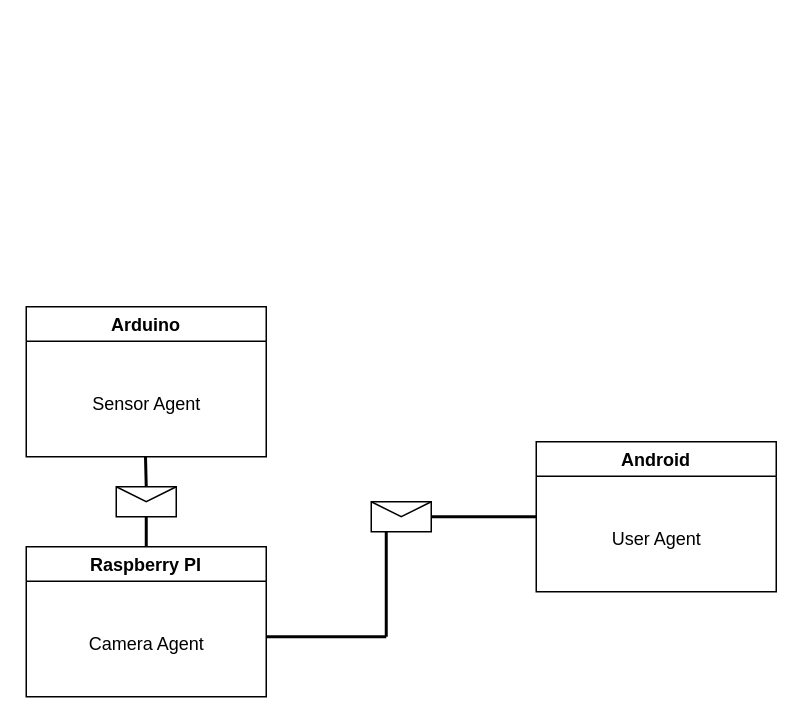
The draw.io diagram Actor_Model.drawio in bmarrao/TPSE, before the edit. Source tidied: cells renumbered, new cells numbered last; positions are measured from the earlier drawing's top-left corner, leaving out a move shared by most shapes. Both pictures are drawn from the tidied source at 150%, with x=0, y=0 at pixel (26, 36).
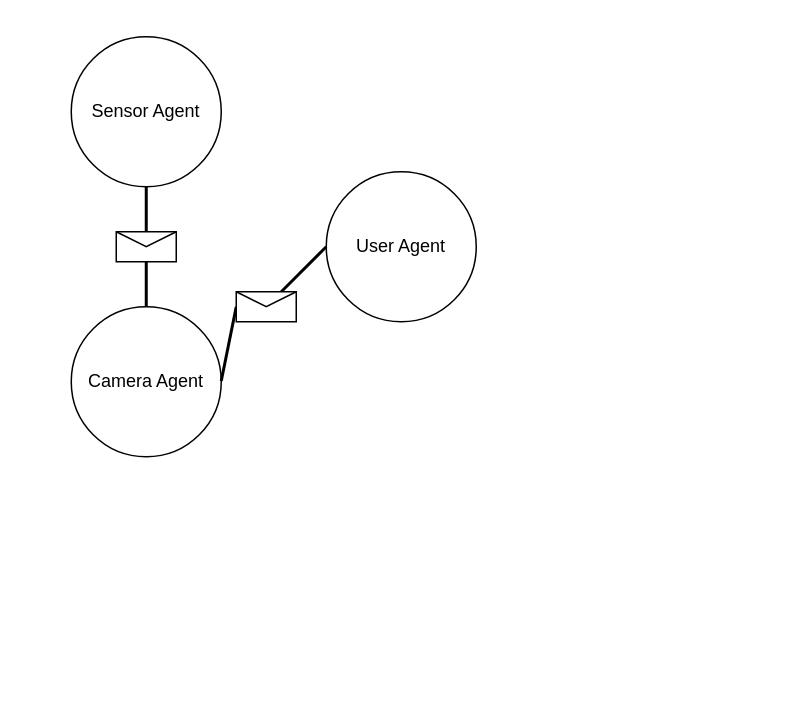
The same page after the edit.

Commit message:
Changed arrows and agent format

What changed in the source:
```diff
@@
-    <mxCell id="2" value="Arduino" style="swimlane;" parent="1" vertex="1">
-      <mxGeometry y="180" width="160" height="100" as="geometry" />
-    </mxCell>
+    <mxCell id="8" style="edgeStyle=orthogonalEdgeStyle;rounded=0;orthogonalLoop=1;jettySize=auto;html=1;exitX=0.5;exitY=0;exitDx=0;exitDy=0;entryX=0.5;entryY=0;entryDx=0;entryDy=0;" parent="1" edge="1">
+      <mxGeometry relative="1" as="geometry">
+        <mxPoint x="362" as="sourcePoint" />
+        <mxPoint x="362" as="targetPoint" />
+      </mxGeometry>
+    </mxCell>
+    <mxCell id="7" value="User Agent" style="ellipse;whiteSpace=wrap;html=1;" parent="1" vertex="1">
+      <mxGeometry x="200" y="90" width="100" height="100" as="geometry" />
+    </mxCell>
+    <mxCell id="5" value="Camera Agent" style="ellipse;whiteSpace=wrap;html=1;" parent="1" vertex="1">
+      <mxGeometry x="30" y="180" width="100" height="100" as="geometry" />
+    </mxCell>
-    <mxCell id="3" value="Sensor Agent" style="text;html=1;align=center;verticalAlign=middle;points=[];strokeColor=none;fillColor=none;" parent="2" vertex="1">
-      <mxGeometry x="30" y="50" width="100" height="30" as="geometry" />
+    <mxCell id="3" value="Sensor Agent" style="ellipse;whiteSpace=wrap;html=1;" parent="1" vertex="1">
+      <mxGeometry x="30" width="100" height="100" as="geometry" />
     </mxCell>
-    <mxCell id="4" value="Raspberry PI" style="swimlane;" parent="1" vertex="1">
-      <mxGeometry y="340" width="160" height="100" as="geometry" />
-    </mxCell>
-    <mxCell id="5" value="Camera Agent" style="text;html=1;align=center;verticalAlign=middle;strokeColor=none;fillColor=none;" parent="4" vertex="1">
-      <mxGeometry x="30" y="50" width="100" height="30" as="geometry" />
-    </mxCell>
-    <mxCell id="6" value="Android" style="swimlane;" parent="1" vertex="1">
-      <mxGeometry x="340" y="270" width="160" height="100" as="geometry" />
-    </mxCell>
-    <mxCell id="7" value="User Agent" style="text;html=1;align=center;verticalAlign=middle;points=[];strokeColor=none;fillColor=none;" parent="6" vertex="1">
-      <mxGeometry x="40" y="50" width="80" height="30" as="geometry" />
-    </mxCell>
-    <mxCell id="8" style="edgeStyle=orthogonalEdgeStyle;rounded=0;orthogonalLoop=1;jettySize=auto;html=1;exitX=0.5;exitY=0;exitDx=0;exitDy=0;entryX=0.5;entryY=0;entryDx=0;entryDy=0;" parent="1" edge="1">
-      <mxGeometry relative="1" as="geometry">
-        <mxPoint x="362" as="sourcePoint" />
-        <mxPoint x="362" as="targetPoint" />
-      </mxGeometry>
-    </mxCell>
-    <mxCell id="9" style="endArrow=none;html=1;rounded=0;strokeWidth=2;exitX=0.5;exitY=0;exitDx=0;exitDy=0;" parent="1" edge="1" source="11">
-      <mxGeometry relative="1" as="geometry">
-        <mxPoint x="79.5" y="280" as="targetPoint" />
-      </mxGeometry>
-    </mxCell>
-    <mxCell id="10" style="endArrow=none;html=1;rounded=0;strokeWidth=2;exitX=0.5;exitY=0;exitDx=0;exitDy=0;" parent="1" edge="1" source="4" target="11">
-      <mxGeometry relative="1" as="geometry" />
-    </mxCell>
-    <mxCell id="11" style="shape=message;html=1;html=1;outlineConnect=0;labelPosition=center;verticalLabelPosition=bottom;align=center;verticalAlign=top;" parent="1" vertex="1">
-      <mxGeometry x="60" y="300" width="40" height="20" as="geometry" />
-    </mxCell>
-    <mxCell id="12" style="endArrow=none;html=1;rounded=0;strokeWidth=2;" parent="1" edge="1">
-      <mxGeometry relative="1" as="geometry">
-        <mxPoint x="160" y="400" as="sourcePoint" />
-        <mxPoint x="240" y="400" as="targetPoint" />
-      </mxGeometry>
-    </mxCell>
-    <mxCell id="13" style="endArrow=none;html=1;rounded=0;strokeWidth=2;" parent="1" edge="1">
-      <mxGeometry relative="1" as="geometry">
-        <mxPoint x="240" y="400" as="sourcePoint" />
-        <mxPoint x="240" y="320" as="targetPoint" />
-      </mxGeometry>
-    </mxCell>
-    <mxCell id="14" style="endArrow=none;html=1;rounded=0;strokeWidth=2;entryX=0;entryY=0.5;entryDx=0;entryDy=0;" parent="1" edge="1" source="16" target="6">
-      <mxGeometry relative="1" as="geometry" />
-    </mxCell>
-    <mxCell id="15" style="endArrow=none;html=1;rounded=0;strokeWidth=2;entryX=0;entryY=0.5;entryDx=0;entryDy=0;" parent="1" edge="1" target="16">
-      <mxGeometry relative="1" as="geometry">
-        <mxPoint x="240" y="319" as="sourcePoint" />
-      </mxGeometry>
-    </mxCell>
-    <mxCell id="16" style="shape=message;html=1;html=1;outlineConnect=0;labelPosition=center;verticalLabelPosition=bottom;align=center;verticalAlign=top;" parent="1" vertex="1">
-      <mxGeometry x="230" y="310" width="40" height="20" as="geometry" />
-    </mxCell>
+    <mxCell id="17" style="endArrow=none;html=1;rounded=0;strokeWidth=2;entryX=0.5;entryY=1;entryDx=0;entryDy=0;" parent="1" edge="1" target="3">
+      <mxGeometry relative="1" as="geometry">
+        <mxPoint x="80" y="180" as="sourcePoint" />
+      </mxGeometry>
+    </mxCell>
+    <mxCell id="18" style="endArrow=none;html=1;rounded=0;strokeWidth=2;entryX=0;entryY=0.5;entryDx=0;entryDy=0;" parent="1" edge="1" source="21" target="7">
+      <mxGeometry relative="1" as="geometry" />
+    </mxCell>
+    <mxCell id="19" style="shape=message;html=1;html=1;labelPosition=center;verticalLabelPosition=bottom;align=center;verticalAlign=top;" parent="1" vertex="1">
+      <mxGeometry x="60" y="130" width="40" height="20" as="geometry" />
+    </mxCell>
+    <mxCell id="20" style="endArrow=none;html=1;rounded=0;strokeWidth=2;entryX=0;entryY=0.5;entryDx=0;entryDy=0;" parent="1" edge="1" target="21">
+      <mxGeometry relative="1" as="geometry">
+        <mxPoint x="130" y="229.5" as="sourcePoint" />
+      </mxGeometry>
+    </mxCell>
+    <mxCell id="21" style="shape=message;html=1;html=1;outlineConnect=0;labelPosition=center;verticalLabelPosition=bottom;align=center;verticalAlign=top;" parent="1" vertex="1">
+      <mxGeometry x="140" y="170" width="40" height="20" as="geometry" />
+    </mxCell>
```
